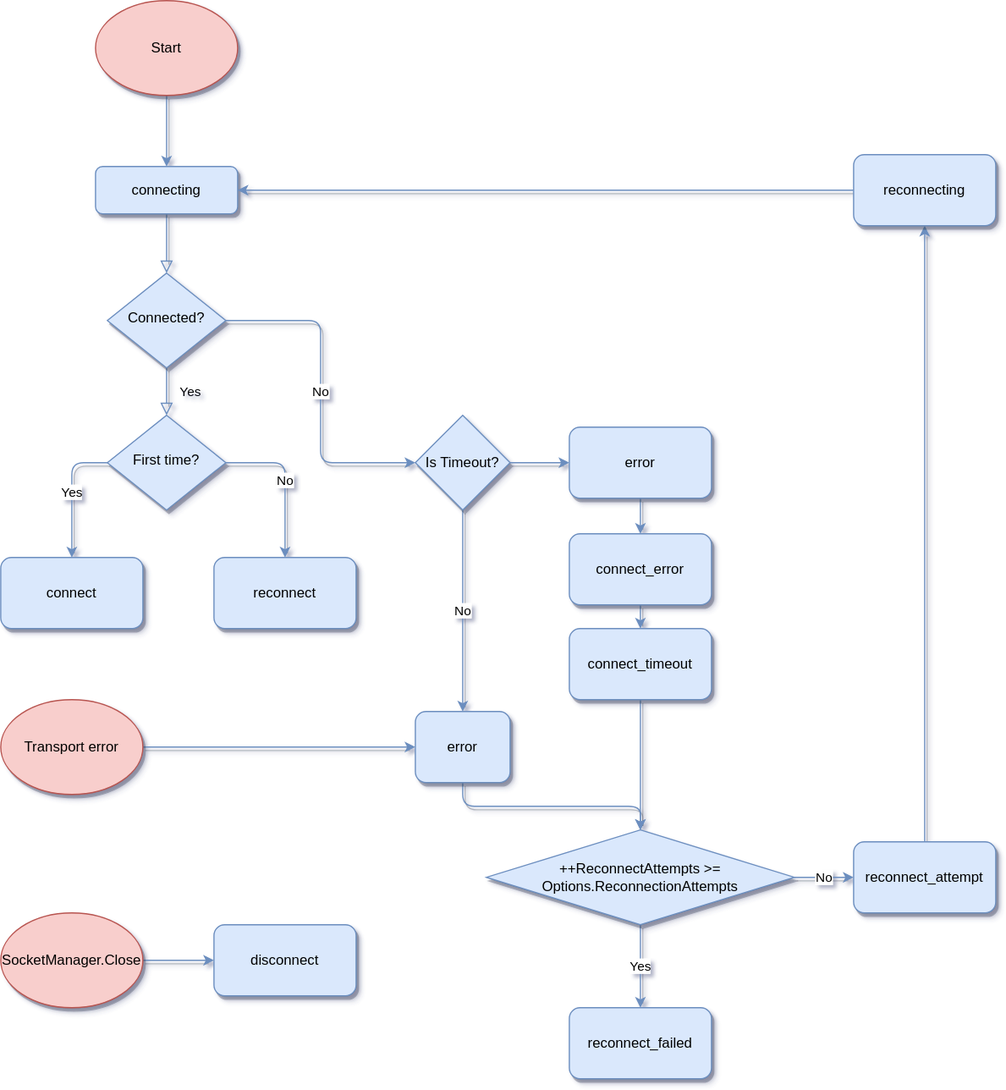
Above: docs/3.1Socket.IO3/media/events_flowchart.svg in Benedicht/BestHTTP-Documentation (draw.io), before the change. Source tidied: cells renumbered, new cells last; positions are measured from the earlier drawing's top-left corner, leaving out a move shared by most shapes.
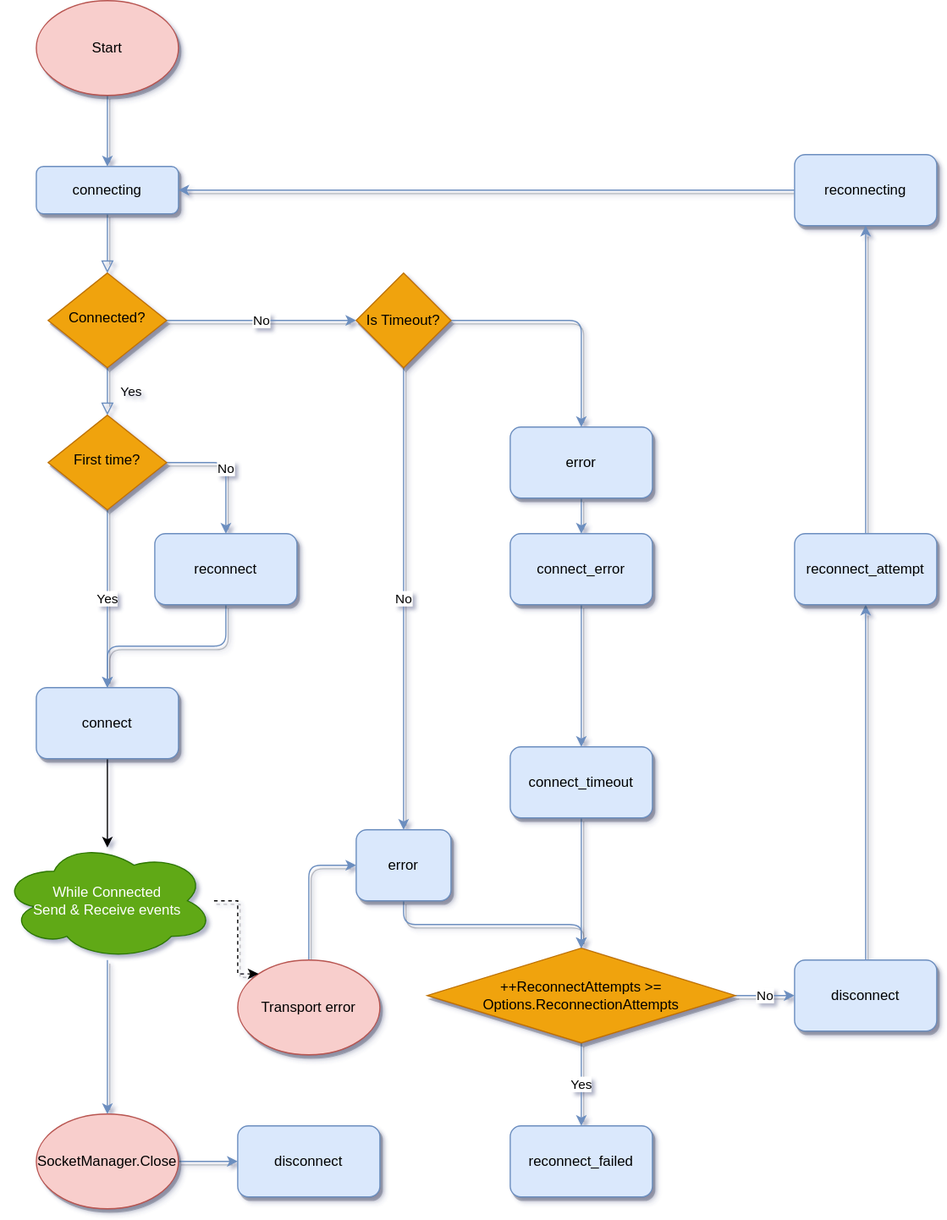
Above is the later version.

Change to the diagram source:
```diff
@@ -14,16 +14,16 @@
     <mxCell id="5" value="No" style="edgeStyle=orthogonalEdgeStyle;jettySize=auto;html=1;entryX=0;entryY=0.5;entryDx=0;entryDy=0;shadow=1;sketch=0;fillColor=#dae8fc;strokeColor=#6C8EBF;snapToPoint=0;" parent="1" edge="1" source="6" target="28">
       <mxGeometry relative="1" as="geometry" />
     </mxCell>
-    <mxCell id="6" value="Connected?" style="rhombus;whiteSpace=wrap;html=1;shadow=1;fontFamily=Helvetica;fontSize=12;align=center;strokeWidth=1;spacing=6;spacingTop=-4;sketch=0;fillColor=#dae8fc;strokeColor=#6C8EBF;snapToPoint=0;" parent="1" vertex="1">
+    <mxCell id="6" value="Connected?" style="rhombus;whiteSpace=wrap;html=1;shadow=1;fontFamily=Helvetica;fontSize=12;align=center;strokeWidth=1;spacing=6;spacingTop=-4;sketch=0;fillColor=#f0a30a;strokeColor=#BD7000;snapToPoint=0;" parent="1" vertex="1">
       <mxGeometry x="90" y="230" width="100" height="80" as="geometry" />
     </mxCell>
-    <mxCell id="7" value="Yes" style="edgeStyle=orthogonalEdgeStyle;jettySize=auto;html=1;entryX=0.5;entryY=0;entryDx=0;entryDy=0;exitX=0;exitY=0.5;exitDx=0;exitDy=0;shadow=1;sketch=0;fillColor=#dae8fc;strokeColor=#6C8EBF;snapToPoint=0;" parent="1" edge="1" source="9" target="18">
+    <mxCell id="7" value="Yes" style="edgeStyle=orthogonalEdgeStyle;jettySize=auto;html=1;entryX=0.5;entryY=0;entryDx=0;entryDy=0;exitX=0.5;exitY=1;exitDx=0;exitDy=0;shadow=1;sketch=0;fillColor=#dae8fc;strokeColor=#6C8EBF;snapToPoint=0;" parent="1" edge="1" source="9" target="18">
       <mxGeometry relative="1" as="geometry" />
     </mxCell>
     <mxCell id="8" value="No" style="edgeStyle=orthogonalEdgeStyle;jettySize=auto;html=1;exitX=1;exitY=0.5;exitDx=0;exitDy=0;entryX=0.5;entryY=0;entryDx=0;entryDy=0;shadow=1;sketch=0;fillColor=#dae8fc;strokeColor=#6C8EBF;snapToPoint=0;" parent="1" edge="1" source="9" target="19">
       <mxGeometry relative="1" as="geometry" />
     </mxCell>
-    <mxCell id="9" value="First time?" style="rhombus;whiteSpace=wrap;html=1;shadow=1;fontFamily=Helvetica;fontSize=12;align=center;strokeWidth=1;spacing=6;spacingTop=-4;sketch=0;fillColor=#dae8fc;strokeColor=#6C8EBF;snapToPoint=0;" parent="1" vertex="1">
+    <mxCell id="9" value="First time?" style="rhombus;whiteSpace=wrap;html=1;shadow=1;fontFamily=Helvetica;fontSize=12;align=center;strokeWidth=1;spacing=6;spacingTop=-4;sketch=0;fillColor=#f0a30a;strokeColor=#BD7000;snapToPoint=0;" parent="1" vertex="1">
       <mxGeometry x="90" y="350" width="100" height="80" as="geometry" />
     </mxCell>
     <mxCell id="10" value="No" style="edgeStyle=orthogonalEdgeStyle;jettySize=auto;html=1;entryX=0;entryY=0.5;entryDx=0;entryDy=0;exitX=1;exitY=0.5;exitDx=0;exitDy=0;shadow=1;sketch=0;fillColor=#dae8fc;strokeColor=#6C8EBF;snapToPoint=0;" parent="1" edge="1" source="12" target="15">
@@ -32,17 +32,17 @@
     <mxCell id="11" value="Yes" style="edgeStyle=orthogonalEdgeStyle;jettySize=auto;html=1;entryX=0.5;entryY=0;entryDx=0;entryDy=0;shadow=1;sketch=0;fillColor=#dae8fc;strokeColor=#6C8EBF;snapToPoint=0;" parent="1" edge="1" source="12" target="13">
       <mxGeometry relative="1" as="geometry" />
     </mxCell>
-    <mxCell id="12" value="++ReconnectAttempts &amp;gt;= Options.ReconnectionAttempts" style="rhombus;whiteSpace=wrap;html=1;shadow=1;sketch=0;fillColor=#dae8fc;strokeColor=#6C8EBF;snapToPoint=0;" parent="1" vertex="1">
-      <mxGeometry x="410" y="700" width="260" height="80" as="geometry" />
+    <mxCell id="12" value="++ReconnectAttempts &amp;gt;= Options.ReconnectionAttempts" style="rhombus;whiteSpace=wrap;html=1;shadow=1;sketch=0;fillColor=#f0a30a;strokeColor=#BD7000;snapToPoint=0;" parent="1" vertex="1">
+      <mxGeometry x="410" y="800" width="260" height="80" as="geometry" />
     </mxCell>
     <mxCell id="13" value="reconnect_failed" style="whiteSpace=wrap;html=1;shadow=1;sketch=0;fillColor=#dae8fc;strokeColor=#6C8EBF;snapToPoint=0;rounded=1;glass=0;" parent="1" vertex="1">
-      <mxGeometry x="480" y="850" width="120" height="60" as="geometry" />
+      <mxGeometry x="480" y="950" width="120" height="60" as="geometry" />
     </mxCell>
-    <mxCell id="14" style="edgeStyle=orthogonalEdgeStyle;jettySize=auto;html=1;entryX=0.5;entryY=1;entryDx=0;entryDy=0;shadow=1;sketch=0;fillColor=#dae8fc;strokeColor=#6C8EBF;snapToPoint=0;" parent="1" edge="1" source="15" target="17">
+    <mxCell id="14" style="edgeStyle=orthogonalEdgeStyle;jettySize=auto;html=1;entryX=0.5;entryY=1;entryDx=0;entryDy=0;shadow=1;sketch=0;fillColor=#dae8fc;strokeColor=#6C8EBF;snapToPoint=0;" parent="1" edge="1" source="15" target="44">
       <mxGeometry relative="1" as="geometry" />
     </mxCell>
-    <mxCell id="15" value="reconnect_attempt" style="whiteSpace=wrap;html=1;shadow=1;sketch=0;fillColor=#dae8fc;strokeColor=#6C8EBF;snapToPoint=0;rounded=1;glass=0;" parent="1" vertex="1">
-      <mxGeometry x="720" y="710" width="120" height="60" as="geometry" />
+    <mxCell id="15" value="disconnect" style="whiteSpace=wrap;html=1;shadow=1;sketch=0;fillColor=#dae8fc;strokeColor=#6C8EBF;snapToPoint=0;rounded=1;glass=0;" parent="1" vertex="1">
+      <mxGeometry x="720" y="810" width="120" height="60" as="geometry" />
     </mxCell>
     <mxCell id="16" style="edgeStyle=orthogonalEdgeStyle;jettySize=auto;html=1;entryX=1;entryY=0.5;entryDx=0;entryDy=0;shadow=1;sketch=0;fillColor=#dae8fc;strokeColor=#6C8EBF;snapToPoint=0;" parent="1" edge="1" source="17" target="3">
       <mxGeometry relative="1" as="geometry" />
@@ -50,11 +50,17 @@
     <mxCell id="17" value="reconnecting" style="whiteSpace=wrap;html=1;shadow=1;sketch=0;fillColor=#dae8fc;strokeColor=#6C8EBF;snapToPoint=0;rounded=1;glass=0;" parent="1" vertex="1">
       <mxGeometry x="720" y="130" width="120" height="60" as="geometry" />
     </mxCell>
+    <mxCell id="38" style="edgeStyle=orthogonalEdgeStyle;rounded=0;jettySize=auto;html=1;entryX=0.5;entryY=0.05;entryDx=0;entryDy=0;entryPerimeter=0;" parent="1" edge="1" source="18" target="42">
+      <mxGeometry relative="1" as="geometry" />
+    </mxCell>
     <mxCell id="18" value="connect" style="whiteSpace=wrap;html=1;shadow=1;sketch=0;fillColor=#dae8fc;strokeColor=#6C8EBF;snapToPoint=0;rounded=1;glass=0;" parent="1" vertex="1">
-      <mxGeometry y="470" width="120" height="60" as="geometry" />
+      <mxGeometry x="80" y="580" width="120" height="60" as="geometry" />
     </mxCell>
+    <mxCell id="39" style="edgeStyle=orthogonalEdgeStyle;rounded=1;jettySize=auto;html=1;entryX=0.5;entryY=0;entryDx=0;entryDy=0;shadow=1;strokeColor=#6C8EBF;fillColor=#dae8fc;sketch=0;exitX=0.5;exitY=1;exitDx=0;exitDy=0;" parent="1" edge="1" source="19" target="18">
+      <mxGeometry relative="1" as="geometry" />
+    </mxCell>
     <mxCell id="19" value="reconnect" style="whiteSpace=wrap;html=1;shadow=1;sketch=0;fillColor=#dae8fc;strokeColor=#6C8EBF;snapToPoint=0;rounded=1;glass=0;" parent="1" vertex="1">
-      <mxGeometry x="180" y="470" width="120" height="60" as="geometry" />
+      <mxGeometry x="180" y="450" width="120" height="60" as="geometry" />
     </mxCell>
     <mxCell id="20" style="edgeStyle=orthogonalEdgeStyle;jettySize=auto;html=1;entryX=0.5;entryY=0;entryDx=0;entryDy=0;shadow=1;sketch=0;fillColor=#dae8fc;strokeColor=#6C8EBF;" parent="1" edge="1" source="21" target="3">
       <mxGeometry relative="1" as="geometry" />
@@ -66,22 +72,22 @@
       <mxGeometry relative="1" as="geometry" />
     </mxCell>
     <mxCell id="23" value="Transport error" style="ellipse;whiteSpace=wrap;html=1;shadow=1;sketch=0;fillColor=#f8cecc;strokeColor=#b85450;snapToPoint=0;" parent="1" vertex="1">
-      <mxGeometry y="590" width="120" height="80" as="geometry" />
+      <mxGeometry x="250" y="810" width="120" height="80" as="geometry" />
     </mxCell>
     <mxCell id="24" style="edgeStyle=orthogonalEdgeStyle;jettySize=auto;html=1;entryX=0.5;entryY=0;entryDx=0;entryDy=0;exitX=0.5;exitY=1;exitDx=0;exitDy=0;shadow=1;sketch=0;fillColor=#dae8fc;strokeColor=#6C8EBF;snapToPoint=0;" parent="1" edge="1" source="25" target="12">
       <mxGeometry relative="1" as="geometry" />
     </mxCell>
     <mxCell id="25" value="error" style="whiteSpace=wrap;html=1;shadow=1;sketch=0;fillColor=#dae8fc;strokeColor=#6C8EBF;snapToPoint=0;rounded=1;glass=0;" parent="1" vertex="1">
-      <mxGeometry x="350" y="600" width="80" height="60" as="geometry" />
+      <mxGeometry x="350" y="700" width="80" height="60" as="geometry" />
     </mxCell>
     <mxCell id="26" value="No" style="edgeStyle=orthogonalEdgeStyle;jettySize=auto;html=1;entryX=0.5;entryY=0;entryDx=0;entryDy=0;shadow=1;sketch=0;fillColor=#dae8fc;strokeColor=#6C8EBF;snapToPoint=0;" parent="1" edge="1" source="28" target="25">
       <mxGeometry relative="1" as="geometry" />
     </mxCell>
-    <mxCell id="27" style="edgeStyle=orthogonalEdgeStyle;jettySize=auto;html=1;entryX=0;entryY=0.5;entryDx=0;entryDy=0;shadow=1;sketch=0;fillColor=#dae8fc;strokeColor=#6C8EBF;snapToPoint=0;" parent="1" edge="1" source="28" target="34">
+    <mxCell id="27" style="edgeStyle=orthogonalEdgeStyle;jettySize=auto;html=1;entryX=0.5;entryY=0;entryDx=0;entryDy=0;shadow=1;sketch=0;fillColor=#dae8fc;strokeColor=#6C8EBF;snapToPoint=0;" parent="1" edge="1" source="28" target="34">
       <mxGeometry relative="1" as="geometry" />
     </mxCell>
-    <mxCell id="28" value="Is Timeout?" style="rhombus;whiteSpace=wrap;html=1;shadow=1;sketch=0;fillColor=#dae8fc;strokeColor=#6C8EBF;snapToPoint=0;" parent="1" vertex="1">
-      <mxGeometry x="350" y="350" width="80" height="80" as="geometry" />
+    <mxCell id="28" value="Is Timeout?" style="rhombus;whiteSpace=wrap;html=1;shadow=1;sketch=0;fillColor=#f0a30a;strokeColor=#BD7000;snapToPoint=0;" parent="1" vertex="1">
+      <mxGeometry x="350" y="230" width="80" height="80" as="geometry" />
     </mxCell>
     <mxCell id="29" style="edgeStyle=orthogonalEdgeStyle;jettySize=auto;html=1;entryX=0.5;entryY=0;entryDx=0;entryDy=0;shadow=1;sketch=0;fillColor=#dae8fc;strokeColor=#6C8EBF;snapToPoint=0;" parent="1" edge="1" source="30" target="32">
       <mxGeometry relative="1" as="geometry" />
@@ -93,7 +99,7 @@
       <mxGeometry relative="1" as="geometry" />
     </mxCell>
     <mxCell id="32" value="connect_timeout" style="whiteSpace=wrap;html=1;shadow=1;sketch=0;fillColor=#dae8fc;strokeColor=#6C8EBF;snapToPoint=0;rounded=1;glass=0;" parent="1" vertex="1">
-      <mxGeometry x="480" y="530" width="120" height="60" as="geometry" />
+      <mxGeometry x="480" y="630" width="120" height="60" as="geometry" />
     </mxCell>
     <mxCell id="33" style="edgeStyle=orthogonalEdgeStyle;jettySize=auto;html=1;entryX=0.5;entryY=0;entryDx=0;entryDy=0;shadow=1;sketch=0;fillColor=#dae8fc;strokeColor=#6C8EBF;snapToPoint=0;" parent="1" edge="1" source="34" target="30">
       <mxGeometry relative="1" as="geometry" />
@@ -105,10 +111,25 @@
       <mxGeometry relative="1" as="geometry" />
     </mxCell>
     <mxCell id="36" value="SocketManager.Close" style="ellipse;whiteSpace=wrap;html=1;shadow=1;sketch=0;fillColor=#f8cecc;strokeColor=#b85450;snapToPoint=0;" parent="1" vertex="1">
-      <mxGeometry y="770" width="120" height="80" as="geometry" />
+      <mxGeometry x="80" y="940" width="120" height="80" as="geometry" />
     </mxCell>
     <mxCell id="37" value="disconnect" style="whiteSpace=wrap;html=1;shadow=1;sketch=0;fillColor=#dae8fc;strokeColor=#6C8EBF;snapToPoint=0;rounded=1;glass=0;" parent="1" vertex="1">
-      <mxGeometry x="180" y="780" width="120" height="60" as="geometry" />
+      <mxGeometry x="250" y="950" width="120" height="60" as="geometry" />
     </mxCell>
+    <mxCell id="40" style="edgeStyle=orthogonalEdgeStyle;rounded=1;jettySize=auto;html=1;entryX=0.5;entryY=0;entryDx=0;entryDy=0;shadow=1;sketch=0;strokeColor=#6C8EBF;fillColor=#dae8fc;" parent="1" edge="1" source="42" target="36">
+      <mxGeometry relative="1" as="geometry" />
+    </mxCell>
+    <mxCell id="41" style="edgeStyle=orthogonalEdgeStyle;rounded=0;sketch=0;jettySize=auto;html=1;entryX=0;entryY=0;entryDx=0;entryDy=0;shadow=1;dashed=1;" parent="1" edge="1" source="42" target="23">
+      <mxGeometry relative="1" as="geometry" />
+    </mxCell>
+    <mxCell id="42" value="While Connected&lt;br&gt;Send &amp;amp;&amp;nbsp;Receive events" style="ellipse;shape=cloud;whiteSpace=wrap;html=1;fillColor=#60a917;strokeColor=#2D7600;fontColor=#ffffff;" parent="1" vertex="1">
+      <mxGeometry x="50" y="710" width="180" height="100" as="geometry" />
+    </mxCell>
+    <mxCell id="43" style="edgeStyle=orthogonalEdgeStyle;rounded=1;sketch=0;jettySize=auto;html=1;entryX=0.5;entryY=1;entryDx=0;entryDy=0;shadow=1;strokeColor=#6C8EBF;fillColor=#dae8fc;" parent="1" edge="1" source="44" target="17">
+      <mxGeometry relative="1" as="geometry" />
+    </mxCell>
+    <mxCell id="44" value="reconnect_attempt" style="rounded=1;whiteSpace=wrap;html=1;shadow=1;strokeColor=#6C8EBF;fillColor=#dae8fc;glass=0;sketch=0;" parent="1" vertex="1">
+      <mxGeometry x="720" y="450" width="120" height="60" as="geometry" />
+    </mxCell>
   </root>
 </mxGraphModel>
```
